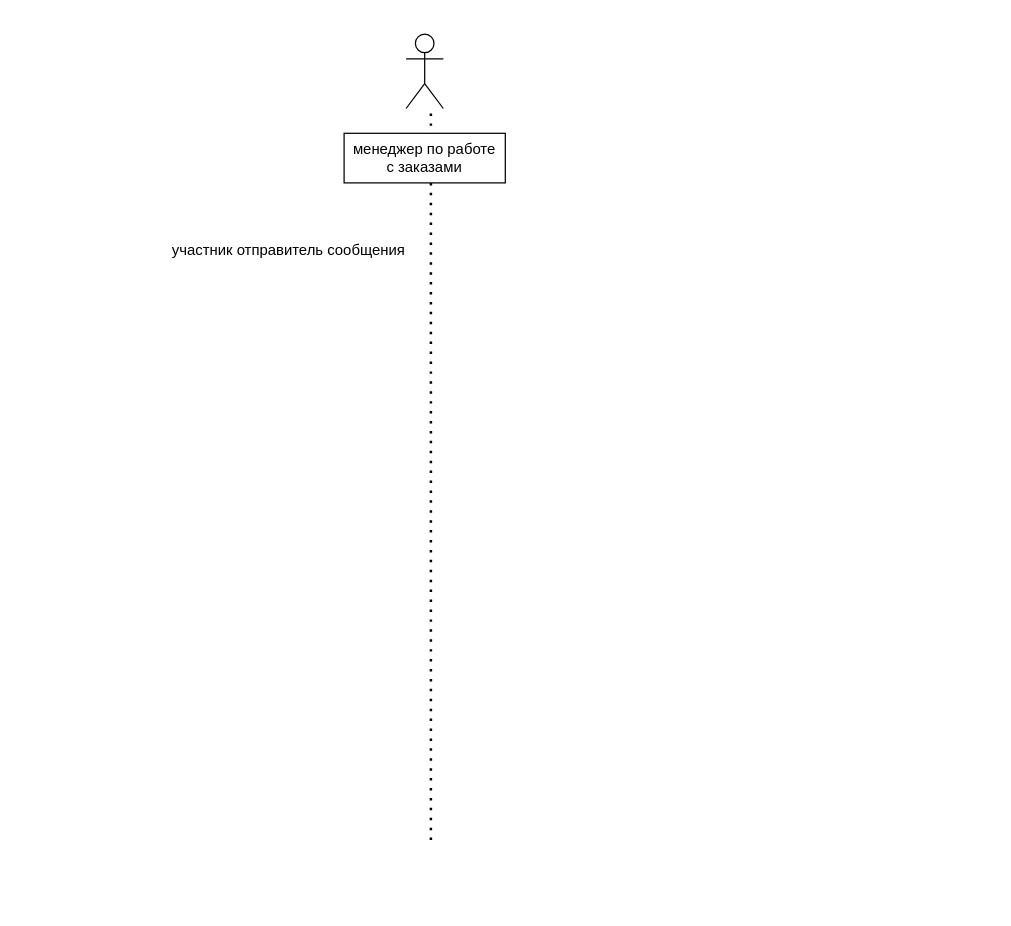
Above: page "лаб.4" (2 of 4) of Диаграмма без названия.drawio in Ev0or/dontTouch (draw.io), before the change. Source tidied: cells renumbered, new cells numbered last; positions are measured from the earlier drawing's top-left corner, leaving out a move shared by most shapes. Both pictures are drawn from the tidied source at 124%, with x=0, y=0 at pixel (157, 33).
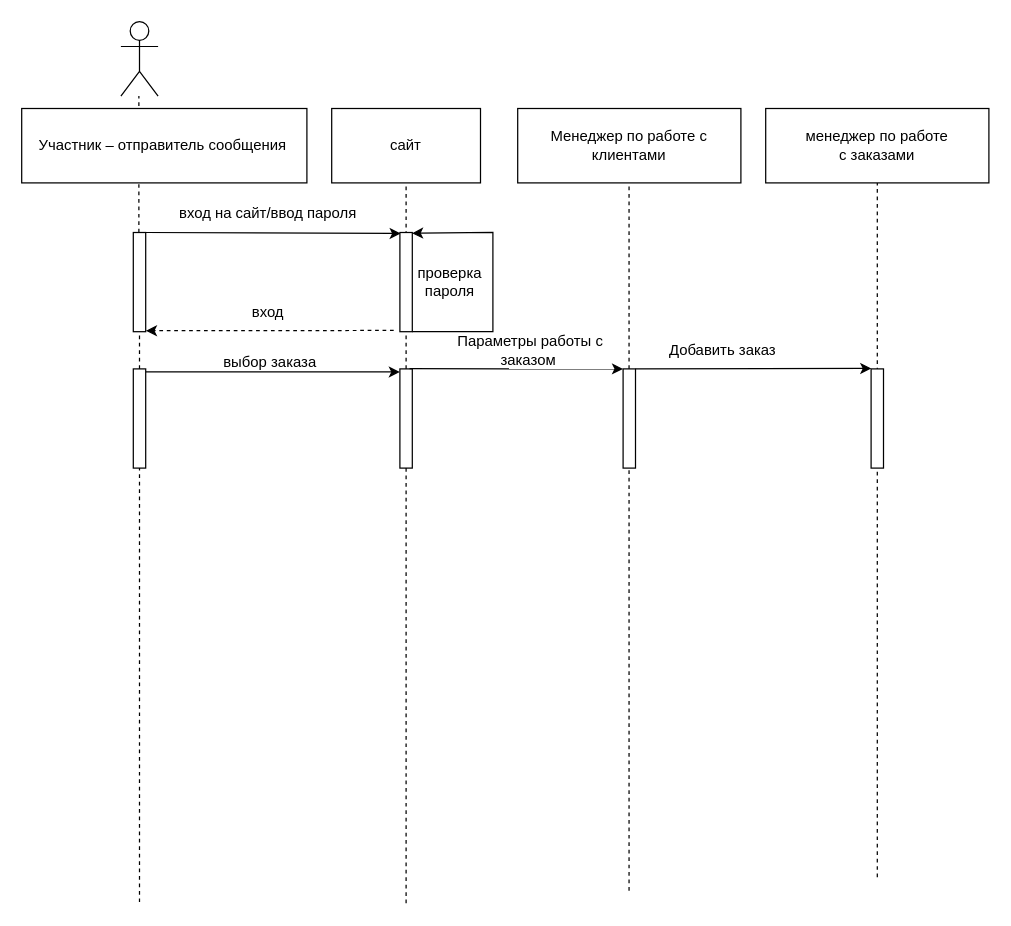
The same page after the edit.

What changed in the source:
```diff
@@
+    <mxCell id="6" style="endArrow=none;dashed=1;html=1;rounded=0;startArrow=none;" parent="1" edge="1" source="10">
+      <mxGeometry relative="1" as="geometry">
+        <mxPoint x="-15.5" y="50" as="targetPoint" />
+      </mxGeometry>
+    </mxCell>
+    <mxCell id="7" style="rounded=0;whiteSpace=wrap;html=1;" parent="1" vertex="1">
+      <mxGeometry x="-110" y="60" width="230" height="60" as="geometry" />
+    </mxCell>
     <mxCell id="2" style="shape=umlActor;verticalLabelPosition=bottom;verticalAlign=top;html=1;" parent="1" vertex="1">
-      <mxGeometry x="200" width="30" height="60" as="geometry" />
+      <mxGeometry x="-30" y="-10" width="30" height="60" as="geometry" />
     </mxCell>
-    <mxCell id="3" value="участник отправитель сообщения" style="text;html=1;align=center;verticalAlign=middle;strokeColor=none;fillColor=none;" parent="1" vertex="1">
-      <mxGeometry y="160" width="210" height="30" as="geometry" />
-    </mxCell>
-    <mxCell id="4" style="endArrow=none;dashed=1;html=1;dashPattern=1 3;strokeWidth=2;rounded=0;" parent="1" edge="1">
-      <mxGeometry relative="1" as="geometry">
-        <mxPoint x="220" y="650" as="sourcePoint" />
-        <mxPoint x="220" y="60" as="targetPoint" />
-      </mxGeometry>
-    </mxCell>
     <mxCell id="5" value="&lt;div&gt;менеджер по работе &lt;br&gt;&lt;/div&gt;&lt;div&gt;с заказами&lt;br&gt;&lt;/div&gt;" style="rounded=0;whiteSpace=wrap;html=1;" parent="1" vertex="1">
-      <mxGeometry x="150" y="80" width="130" height="40" as="geometry" />
+      <mxGeometry x="490" y="60" width="180" height="60" as="geometry" />
     </mxCell>
+    <mxCell id="8" value="Участник – отправитель сообщения&amp;nbsp;" style="text;html=1;align=center;verticalAlign=middle;strokeColor=none;fillColor=none;" parent="1" vertex="1">
+      <mxGeometry x="-110" y="75" width="230" height="30" as="geometry" />
+    </mxCell>
+    <mxCell id="9" value="сайт" style="rounded=0;whiteSpace=wrap;html=1;" parent="1" vertex="1">
+      <mxGeometry x="140" y="60" width="120" height="60" as="geometry" />
+    </mxCell>
+    <mxCell id="10" style="html=1;points=[];perimeter=orthogonalPerimeter;" parent="1" vertex="1">
+      <mxGeometry x="-20" y="160" width="10" height="80" as="geometry" />
+    </mxCell>
+    <mxCell id="11" style="endArrow=none;dashed=1;html=1;rounded=0;startArrow=none;" parent="1" edge="1" source="31" target="10">
+      <mxGeometry relative="1" as="geometry" />
+    </mxCell>
+    <mxCell id="12" style="endArrow=classic;html=1;rounded=0;entryX=0.069;entryY=0.01;entryDx=0;entryDy=0;entryPerimeter=0;" parent="1" edge="1" target="14">
+      <mxGeometry relative="1" as="geometry">
+        <mxPoint x="-10" y="160" as="sourcePoint" />
+      </mxGeometry>
+    </mxCell>
+    <mxCell id="13" style="endArrow=none;dashed=1;html=1;rounded=0;startArrow=none;" parent="1" edge="1" source="17">
+      <mxGeometry relative="1" as="geometry">
+        <mxPoint x="200" y="120" as="targetPoint" />
+      </mxGeometry>
+    </mxCell>
+    <mxCell id="14" style="html=1;points=[];perimeter=orthogonalPerimeter;" parent="1" vertex="1">
+      <mxGeometry x="195" y="160" width="10" height="80" as="geometry" />
+    </mxCell>
+    <mxCell id="15" value="выбор заказа" style="text;html=1;align=center;verticalAlign=middle;strokeColor=none;fillColor=none;" parent="1" vertex="1">
+      <mxGeometry x="40" y="250" width="100" height="30" as="geometry" />
+    </mxCell>
+    <mxCell id="16" style="endArrow=classic;html=1;rounded=0;exitX=1.017;exitY=0.031;exitDx=0;exitDy=0;exitPerimeter=0;" parent="1" edge="1" source="31" target="17">
+      <mxGeometry relative="1" as="geometry" />
+    </mxCell>
+    <mxCell id="17" style="html=1;points=[];perimeter=orthogonalPerimeter;" parent="1" vertex="1">
+      <mxGeometry x="195" y="270" width="10" height="80" as="geometry" />
+    </mxCell>
+    <mxCell id="18" style="endArrow=none;dashed=1;html=1;rounded=0;" parent="1" edge="1" target="17">
+      <mxGeometry relative="1" as="geometry">
+        <mxPoint x="200" y="701" as="sourcePoint" />
+      </mxGeometry>
+    </mxCell>
+    <mxCell id="19" value="вход на сайт/ввод пароля&amp;nbsp;" style="text;html=1;align=center;verticalAlign=middle;strokeColor=none;fillColor=none;" parent="1" vertex="1">
+      <mxGeometry x="5" y="130" width="170" height="30" as="geometry" />
+    </mxCell>
+    <mxCell id="20" value="вход&amp;nbsp;" style="text;html=1;align=center;verticalAlign=middle;strokeColor=none;fillColor=none;" parent="1" vertex="1">
+      <mxGeometry x="65" y="210" width="50" height="30" as="geometry" />
+    </mxCell>
+    <mxCell id="21" style="endArrow=classic;html=1;rounded=0;entryX=1.017;entryY=0.99;entryDx=0;entryDy=0;entryPerimeter=0;dashed=1;" parent="1" edge="1" target="10">
+      <mxGeometry relative="1" as="geometry">
+        <mxPoint x="190" y="239" as="sourcePoint" />
+      </mxGeometry>
+    </mxCell>
+    <mxCell id="22" style="endArrow=classic;html=1;rounded=0;entryX=0.978;entryY=0.007;entryDx=0;entryDy=0;entryPerimeter=0;" parent="1" edge="1" source="14" target="14">
+      <mxGeometry relative="1" as="geometry">
+        <Array as="points">
+          <mxPoint x="270" y="240" />
+          <mxPoint x="270" y="160" />
+        </Array>
+      </mxGeometry>
+    </mxCell>
+    <mxCell id="23" value="проверка &lt;br&gt;пароля" style="text;html=1;align=center;verticalAlign=middle;strokeColor=none;fillColor=none;" parent="1" vertex="1">
+      <mxGeometry x="195" y="180" width="80" height="40" as="geometry" />
+    </mxCell>
+    <mxCell id="24" style="endArrow=classic;html=1;rounded=0;entryX=0;entryY=0;entryDx=0;entryDy=0;entryPerimeter=0;exitX=0.776;exitY=-0.002;exitDx=0;exitDy=0;exitPerimeter=0;" parent="1" edge="1" source="17" target="26">
+      <mxGeometry relative="1" as="geometry" />
+    </mxCell>
+    <mxCell id="25" style="endArrow=none;dashed=1;html=1;rounded=0;startArrow=none;" parent="1" edge="1" source="26">
+      <mxGeometry relative="1" as="geometry">
+        <mxPoint x="379.8" y="120" as="targetPoint" />
+      </mxGeometry>
+    </mxCell>
+    <mxCell id="26" style="html=1;points=[];perimeter=orthogonalPerimeter;" parent="1" vertex="1">
+      <mxGeometry x="375" y="270" width="10" height="80" as="geometry" />
+    </mxCell>
+    <mxCell id="27" style="endArrow=none;dashed=1;html=1;rounded=0;" parent="1" edge="1" target="26">
+      <mxGeometry relative="1" as="geometry">
+        <mxPoint x="379.8" y="690.8" as="sourcePoint" />
+      </mxGeometry>
+    </mxCell>
+    <mxCell id="28" value="Параметры работы с&lt;br/&gt;заказом&amp;nbsp;" style="text;html=1;align=center;verticalAlign=middle;strokeColor=none;fillColor=none;" parent="1" vertex="1">
+      <mxGeometry x="230" y="235" width="140" height="40" as="geometry" />
+    </mxCell>
+    <mxCell id="29" value="Добавить заказ" style="text;html=1;align=center;verticalAlign=middle;strokeColor=none;fillColor=none;" parent="1" vertex="1">
+      <mxGeometry x="400" y="240" width="110" height="30" as="geometry" />
+    </mxCell>
+    <mxCell id="30" style="endArrow=classic;html=1;rounded=0;entryX=0.02;entryY=-0.005;entryDx=0;entryDy=0;entryPerimeter=0;" parent="1" edge="1" target="35">
+      <mxGeometry relative="1" as="geometry">
+        <mxPoint x="385" y="270" as="sourcePoint" />
+      </mxGeometry>
+    </mxCell>
+    <mxCell id="31" style="html=1;points=[];perimeter=orthogonalPerimeter;" parent="1" vertex="1">
+      <mxGeometry x="-20" y="270" width="10" height="80" as="geometry" />
+    </mxCell>
+    <mxCell id="32" style="endArrow=none;dashed=1;html=1;rounded=0;" parent="1" edge="1" target="31">
+      <mxGeometry relative="1" as="geometry">
+        <mxPoint x="-15" y="700" as="sourcePoint" />
+      </mxGeometry>
+    </mxCell>
+    <mxCell id="33" value="Менеджер по работе с клиентами" style="rounded=0;whiteSpace=wrap;html=1;" parent="1" vertex="1">
+      <mxGeometry x="290" y="60" width="180" height="60" as="geometry" />
+    </mxCell>
+    <mxCell id="34" style="endArrow=none;dashed=1;html=1;rounded=0;" parent="1" edge="1">
+      <mxGeometry relative="1" as="geometry">
+        <mxPoint x="580" y="680" as="sourcePoint" />
+        <mxPoint x="580" y="120" as="targetPoint" />
+      </mxGeometry>
+    </mxCell>
+    <mxCell id="35" style="html=1;points=[];perimeter=orthogonalPerimeter;" parent="1" vertex="1">
+      <mxGeometry x="575" y="270" width="10" height="80" as="geometry" />
+    </mxCell>
```
